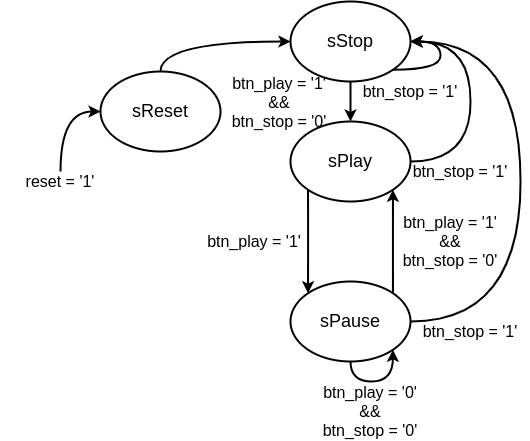
Above: static/images/700/fsm-Page-1.drawio.png in KULeuven-Diepenbeek/course_disch (draw.io), before the change. Source tidied: cells renumbered, new cells last; positions are measured from the earlier drawing's top-left corner, leaving out a move shared by most shapes. The source it was exported from:
```xml
<mxGraphModel>
  <root>
    <mxCell id="0" />
    <mxCell id="1" parent="0" />
    <mxCell id="2" style="edgeStyle=orthogonalEdgeStyle;rounded=0;jettySize=auto;html=1;curved=1;strokeWidth=2;" parent="1" edge="1" source="3" target="6">
      <mxGeometry relative="1" as="geometry" />
    </mxCell>
    <mxCell id="3" value="&lt;font style=&quot;font-size: 18px;&quot;&gt;sStop&lt;/font&gt;" style="ellipse;whiteSpace=wrap;html=1;strokeWidth=2;" parent="1" vertex="1">
      <mxGeometry x="290" width="120" height="80" as="geometry" />
    </mxCell>
    <mxCell id="4" style="edgeStyle=orthogonalEdgeStyle;rounded=0;jettySize=auto;html=1;entryX=0;entryY=0;entryDx=0;entryDy=0;curved=1;exitX=0;exitY=1;exitDx=0;exitDy=0;strokeWidth=2;" parent="1" edge="1" source="6" target="11">
      <mxGeometry relative="1" as="geometry" />
    </mxCell>
    <mxCell id="5" style="edgeStyle=orthogonalEdgeStyle;rounded=0;jettySize=auto;html=1;exitX=1;exitY=0.5;exitDx=0;exitDy=0;curved=1;entryX=1;entryY=0.5;entryDx=0;entryDy=0;strokeWidth=2;" parent="1" edge="1" source="6" target="3">
      <mxGeometry relative="1" as="geometry">
        <Array as="points">
          <mxPoint x="470" y="160" />
          <mxPoint x="470" y="40" />
        </Array>
      </mxGeometry>
    </mxCell>
    <mxCell id="6" value="&lt;font style=&quot;font-size: 18px;&quot;&gt;sPlay&lt;/font&gt;" style="ellipse;whiteSpace=wrap;html=1;strokeWidth=2;" parent="1" vertex="1">
      <mxGeometry x="290" y="120" width="120" height="80" as="geometry" />
    </mxCell>
    <mxCell id="7" style="edgeStyle=orthogonalEdgeStyle;rounded=0;jettySize=auto;html=1;entryX=0;entryY=0.5;entryDx=0;entryDy=0;curved=1;strokeWidth=2;exitX=0.5;exitY=0;exitDx=0;exitDy=0;" parent="1" edge="1" source="8" target="3">
      <mxGeometry relative="1" as="geometry">
        <Array as="points">
          <mxPoint x="160" y="40" />
        </Array>
      </mxGeometry>
    </mxCell>
    <mxCell id="8" value="&lt;font style=&quot;font-size: 18px;&quot;&gt;sReset&lt;/font&gt;" style="ellipse;whiteSpace=wrap;html=1;strokeWidth=2;" parent="1" vertex="1">
      <mxGeometry x="100" y="70" width="120" height="80" as="geometry" />
    </mxCell>
    <mxCell id="9" style="edgeStyle=orthogonalEdgeStyle;rounded=0;jettySize=auto;html=1;entryX=1;entryY=1;entryDx=0;entryDy=0;exitX=1;exitY=0;exitDx=0;exitDy=0;curved=1;strokeWidth=2;" parent="1" edge="1" source="11" target="6">
      <mxGeometry relative="1" as="geometry" />
    </mxCell>
    <mxCell id="10" style="edgeStyle=orthogonalEdgeStyle;rounded=0;jettySize=auto;html=1;entryX=1;entryY=0.5;entryDx=0;entryDy=0;exitX=1;exitY=0.5;exitDx=0;exitDy=0;curved=1;strokeWidth=2;" parent="1" edge="1" source="11" target="3">
      <mxGeometry relative="1" as="geometry">
        <Array as="points">
          <mxPoint x="520" y="320" />
          <mxPoint x="520" y="40" />
        </Array>
      </mxGeometry>
    </mxCell>
    <mxCell id="11" value="&lt;font style=&quot;font-size: 18px;&quot;&gt;sPause&lt;/font&gt;" style="ellipse;whiteSpace=wrap;html=1;strokeWidth=2;" parent="1" vertex="1">
      <mxGeometry x="290" y="280" width="120" height="80" as="geometry" />
    </mxCell>
    <mxCell id="12" value="&lt;font style=&quot;font-size: 16px;&quot;&gt;btn_play = '1'&lt;/font&gt;" style="text;html=1;align=center;verticalAlign=middle;whiteSpace=wrap;rounded=0;" parent="1" vertex="1">
      <mxGeometry x="194" y="230" width="120" height="20" as="geometry" />
    </mxCell>
    <mxCell id="13" value="&lt;font style=&quot;font-size: 16px;&quot;&gt;btn_play = '1'&lt;/font&gt;&lt;div&gt;&lt;font style=&quot;font-size: 16px;&quot;&gt;&amp;amp;&amp;amp;&lt;/font&gt;&lt;/div&gt;&lt;div&gt;&lt;font style=&quot;font-size: 16px;&quot;&gt;&lt;span style=&quot;background-color: transparent; color: light-dark(rgb(0, 0, 0), rgb(255, 255, 255));&quot;&gt;btn_&lt;/span&gt;stop = '0'&lt;/font&gt;&lt;/div&gt;" style="text;html=1;align=center;verticalAlign=middle;whiteSpace=wrap;rounded=0;" parent="1" vertex="1">
      <mxGeometry x="400" y="210" width="100" height="60" as="geometry" />
    </mxCell>
    <mxCell id="14" style="edgeStyle=orthogonalEdgeStyle;rounded=0;orthogonalLoop=1;jettySize=auto;html=1;entryX=1;entryY=1;entryDx=0;entryDy=0;exitX=0.5;exitY=1;exitDx=0;exitDy=0;curved=1;strokeWidth=2;" parent="1" edge="1" source="11" target="11">
      <mxGeometry relative="1" as="geometry" />
    </mxCell>
    <mxCell id="15" value="&lt;font style=&quot;font-size: 16px;&quot;&gt;btn_play = '0'&lt;/font&gt;&lt;div&gt;&lt;font style=&quot;font-size: 16px;&quot;&gt;&amp;amp;&amp;amp;&lt;/font&gt;&lt;/div&gt;&lt;div&gt;&lt;font style=&quot;font-size: 16px;&quot;&gt;&lt;span style=&quot;background-color: transparent; color: light-dark(rgb(0, 0, 0), rgb(255, 255, 255));&quot;&gt;btn_&lt;/span&gt;stop = '0'&lt;/font&gt;&lt;/div&gt;" style="text;html=1;align=center;verticalAlign=middle;whiteSpace=wrap;rounded=0;" parent="1" vertex="1">
      <mxGeometry x="310" y="380" width="120" height="60" as="geometry" />
    </mxCell>
    <mxCell id="16" value="&lt;font style=&quot;font-size: 16px;&quot;&gt;btn_stop = '1'&lt;/font&gt;" style="text;html=1;align=center;verticalAlign=middle;whiteSpace=wrap;rounded=0;" parent="1" vertex="1">
      <mxGeometry x="410" y="320" width="120" height="20" as="geometry" />
    </mxCell>
    <mxCell id="17" value="&lt;font style=&quot;font-size: 16px;&quot;&gt;btn_stop = '1'&lt;/font&gt;" style="text;html=1;align=center;verticalAlign=middle;whiteSpace=wrap;rounded=0;" parent="1" vertex="1">
      <mxGeometry x="400" y="160" width="120" height="20" as="geometry" />
    </mxCell>
    <mxCell id="18" value="&lt;font style=&quot;font-size: 16px;&quot;&gt;btn_play = '1'&lt;/font&gt;&lt;div&gt;&lt;font style=&quot;font-size: 16px;&quot;&gt;&amp;amp;&amp;amp;&lt;/font&gt;&lt;/div&gt;&lt;div&gt;&lt;font style=&quot;font-size: 16px;&quot;&gt;&lt;span style=&quot;background-color: transparent; color: light-dark(rgb(0, 0, 0), rgb(255, 255, 255));&quot;&gt;btn_&lt;/span&gt;stop = '0'&lt;/font&gt;&lt;/div&gt;" style="text;html=1;align=center;verticalAlign=middle;whiteSpace=wrap;rounded=0;" parent="1" vertex="1">
      <mxGeometry x="230" y="71" width="98" height="60" as="geometry" />
    </mxCell>
    <mxCell id="19" style="edgeStyle=orthogonalEdgeStyle;rounded=0;orthogonalLoop=1;jettySize=auto;html=1;entryX=1;entryY=0.5;entryDx=0;entryDy=0;curved=1;exitX=1;exitY=1;exitDx=0;exitDy=0;strokeWidth=2;" parent="1" edge="1" source="3" target="3">
      <mxGeometry relative="1" as="geometry">
        <Array as="points">
          <mxPoint x="440" y="68" />
          <mxPoint x="440" y="40" />
        </Array>
      </mxGeometry>
    </mxCell>
    <mxCell id="20" value="&lt;font style=&quot;font-size: 16px;&quot;&gt;btn_stop = '1'&lt;/font&gt;" style="text;html=1;align=center;verticalAlign=middle;whiteSpace=wrap;rounded=0;" parent="1" vertex="1">
      <mxGeometry x="350" y="80" width="120" height="20" as="geometry" />
    </mxCell>
    <mxCell id="21" style="edgeStyle=orthogonalEdgeStyle;rounded=0;jettySize=auto;html=1;entryX=0;entryY=0.5;entryDx=0;entryDy=0;strokeWidth=2;curved=1;" parent="1" edge="1" source="22" target="8">
      <mxGeometry relative="1" as="geometry" />
    </mxCell>
    <mxCell id="22" value="&lt;font style=&quot;font-size: 16px;&quot;&gt;reset = '1'&lt;/font&gt;" style="text;html=1;align=center;verticalAlign=middle;whiteSpace=wrap;rounded=0;" parent="1" vertex="1">
      <mxGeometry y="170" width="120" height="20" as="geometry" />
    </mxCell>
  </root>
</mxGraphModel>
```
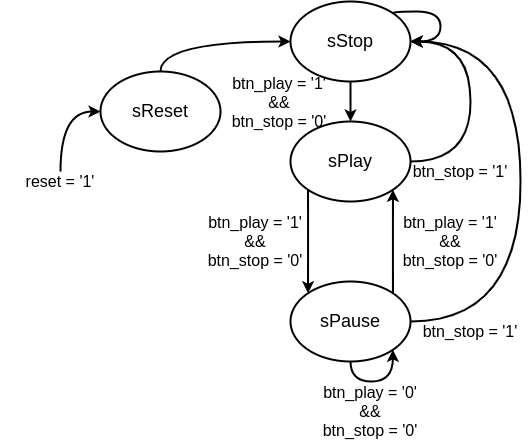
The same file after the commit.

Change to the diagram source:
```diff
@@ -46,9 +46,6 @@
     <mxCell id="11" value="&lt;font style=&quot;font-size: 18px;&quot;&gt;sPause&lt;/font&gt;" style="ellipse;whiteSpace=wrap;html=1;strokeWidth=2;" parent="1" vertex="1">
       <mxGeometry x="290" y="280" width="120" height="80" as="geometry" />
     </mxCell>
-    <mxCell id="12" value="&lt;font style=&quot;font-size: 16px;&quot;&gt;btn_play = '1'&lt;/font&gt;" style="text;html=1;align=center;verticalAlign=middle;whiteSpace=wrap;rounded=0;" parent="1" vertex="1">
-      <mxGeometry x="194" y="230" width="120" height="20" as="geometry" />
-    </mxCell>
     <mxCell id="13" value="&lt;font style=&quot;font-size: 16px;&quot;&gt;btn_play = '1'&lt;/font&gt;&lt;div&gt;&lt;font style=&quot;font-size: 16px;&quot;&gt;&amp;amp;&amp;amp;&lt;/font&gt;&lt;/div&gt;&lt;div&gt;&lt;font style=&quot;font-size: 16px;&quot;&gt;&lt;span style=&quot;background-color: transparent; color: light-dark(rgb(0, 0, 0), rgb(255, 255, 255));&quot;&gt;btn_&lt;/span&gt;stop = '0'&lt;/font&gt;&lt;/div&gt;" style="text;html=1;align=center;verticalAlign=middle;whiteSpace=wrap;rounded=0;" parent="1" vertex="1">
       <mxGeometry x="400" y="210" width="100" height="60" as="geometry" />
     </mxCell>
@@ -67,22 +64,23 @@
     <mxCell id="18" value="&lt;font style=&quot;font-size: 16px;&quot;&gt;btn_play = '1'&lt;/font&gt;&lt;div&gt;&lt;font style=&quot;font-size: 16px;&quot;&gt;&amp;amp;&amp;amp;&lt;/font&gt;&lt;/div&gt;&lt;div&gt;&lt;font style=&quot;font-size: 16px;&quot;&gt;&lt;span style=&quot;background-color: transparent; color: light-dark(rgb(0, 0, 0), rgb(255, 255, 255));&quot;&gt;btn_&lt;/span&gt;stop = '0'&lt;/font&gt;&lt;/div&gt;" style="text;html=1;align=center;verticalAlign=middle;whiteSpace=wrap;rounded=0;" parent="1" vertex="1">
       <mxGeometry x="230" y="71" width="98" height="60" as="geometry" />
     </mxCell>
-    <mxCell id="19" style="edgeStyle=orthogonalEdgeStyle;rounded=0;orthogonalLoop=1;jettySize=auto;html=1;entryX=1;entryY=0.5;entryDx=0;entryDy=0;curved=1;exitX=1;exitY=1;exitDx=0;exitDy=0;strokeWidth=2;" parent="1" edge="1" source="3" target="3">
+    <mxCell id="19" style="edgeStyle=orthogonalEdgeStyle;rounded=0;orthogonalLoop=1;jettySize=auto;html=1;entryX=1;entryY=0.5;entryDx=0;entryDy=0;curved=1;exitX=1;exitY=0;exitDx=0;exitDy=0;strokeWidth=2;" parent="1" edge="1" source="3" target="3">
       <mxGeometry relative="1" as="geometry">
         <Array as="points">
-          <mxPoint x="440" y="68" />
+          <mxPoint x="392" y="10" />
+          <mxPoint x="440" y="10" />
           <mxPoint x="440" y="40" />
         </Array>
       </mxGeometry>
     </mxCell>
-    <mxCell id="20" value="&lt;font style=&quot;font-size: 16px;&quot;&gt;btn_stop = '1'&lt;/font&gt;" style="text;html=1;align=center;verticalAlign=middle;whiteSpace=wrap;rounded=0;" parent="1" vertex="1">
-      <mxGeometry x="350" y="80" width="120" height="20" as="geometry" />
-    </mxCell>
     <mxCell id="21" style="edgeStyle=orthogonalEdgeStyle;rounded=0;jettySize=auto;html=1;entryX=0;entryY=0.5;entryDx=0;entryDy=0;strokeWidth=2;curved=1;" parent="1" edge="1" source="22" target="8">
       <mxGeometry relative="1" as="geometry" />
     </mxCell>
     <mxCell id="22" value="&lt;font style=&quot;font-size: 16px;&quot;&gt;reset = '1'&lt;/font&gt;" style="text;html=1;align=center;verticalAlign=middle;whiteSpace=wrap;rounded=0;" parent="1" vertex="1">
       <mxGeometry y="170" width="120" height="20" as="geometry" />
     </mxCell>
+    <mxCell id="23" value="&lt;font style=&quot;font-size: 16px;&quot;&gt;btn_play = '1'&lt;/font&gt;&lt;div&gt;&lt;font style=&quot;font-size: 16px;&quot;&gt;&amp;amp;&amp;amp;&lt;/font&gt;&lt;/div&gt;&lt;div&gt;&lt;font style=&quot;font-size: 16px;&quot;&gt;&lt;span style=&quot;background-color: transparent; color: light-dark(rgb(0, 0, 0), rgb(255, 255, 255));&quot;&gt;btn_&lt;/span&gt;stop = '0'&lt;/font&gt;&lt;/div&gt;" style="text;html=1;align=center;verticalAlign=middle;whiteSpace=wrap;rounded=0;" parent="1" vertex="1">
+      <mxGeometry x="205" y="210" width="100" height="60" as="geometry" />
+    </mxCell>
   </root>
 </mxGraphModel>
```
